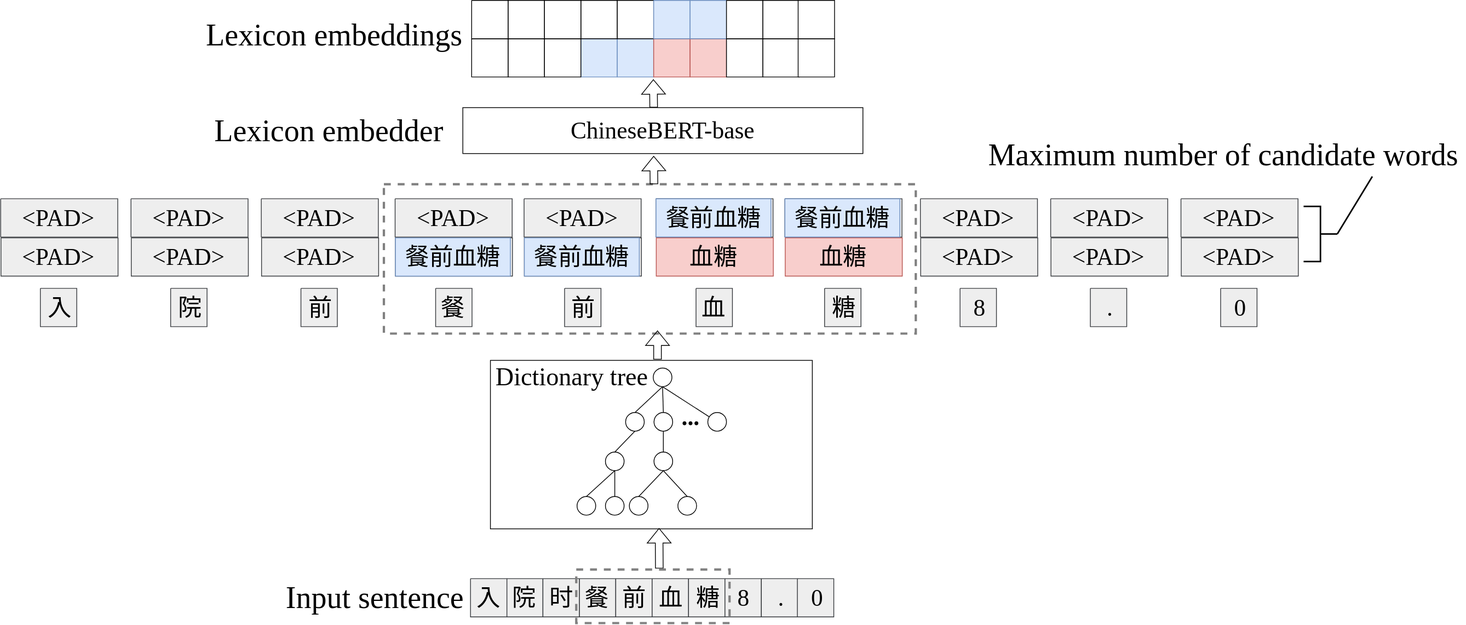
Before: lexicon_information_matcher.drawio.svg, a diagram exported from draw.io (JJackMoO/Jackert_draw). Source tidied: cells renumbered, new cells last; positions are measured from the earlier drawing's top-left corner, leaving out a move shared by most shapes.
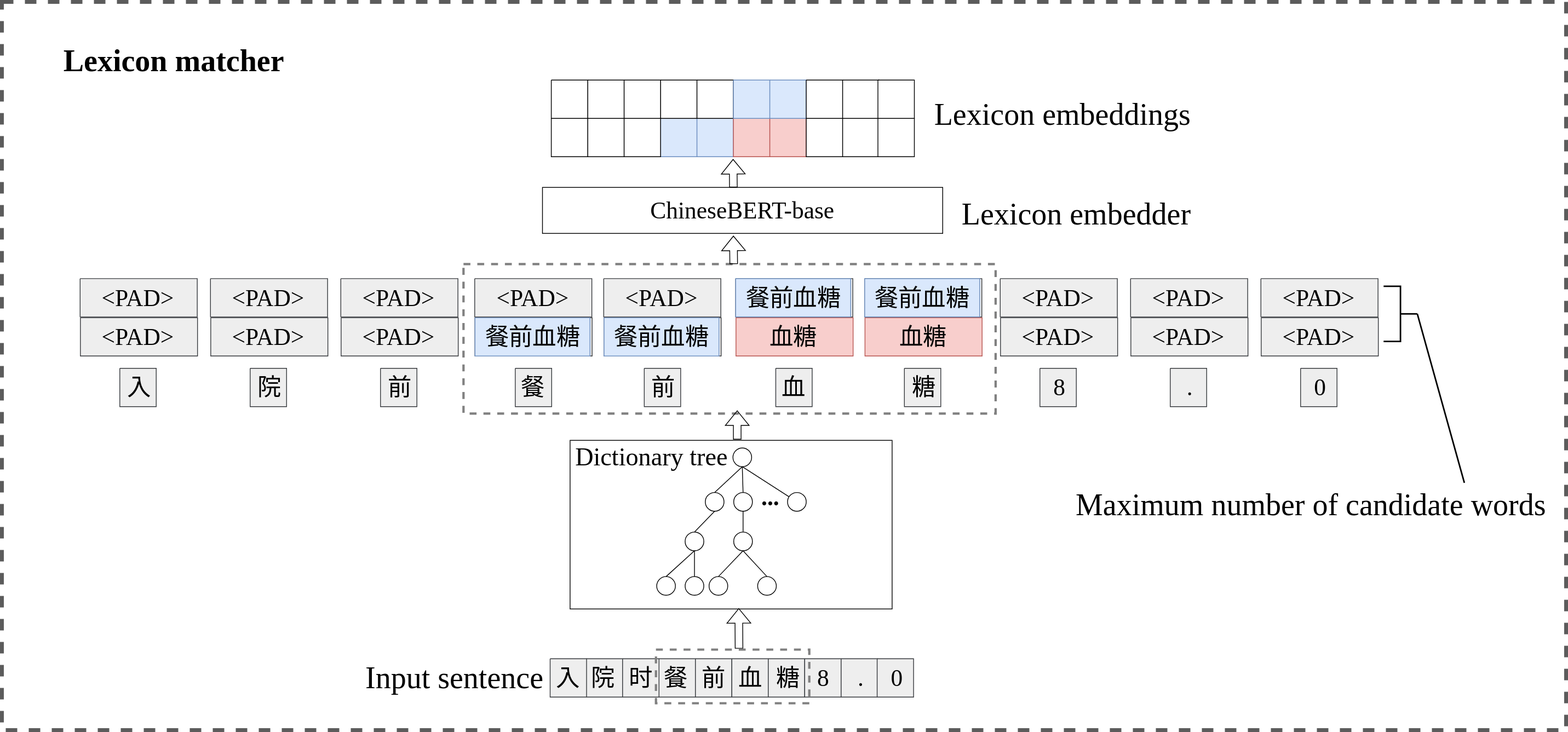
The same diagram one commit later.

Change to the diagram source:
```diff
@@ -2,6 +2,9 @@
   <root>
     <mxCell id="0" />
     <mxCell id="1" parent="0" />
+    <mxCell id="151" style="rounded=0;whiteSpace=wrap;html=1;fontFamily=Times New Roman;fontSize=33;fillColor=none;strokeWidth=5;fontColor=#333333;strokeColor=#5C5C5C;dashed=1;" parent="1" vertex="1">
+      <mxGeometry x="-102" y="-102" width="2040" height="950" as="geometry" />
+    </mxCell>
     <mxCell id="2" style="verticalLabelPosition=bottom;verticalAlign=top;html=1;shape=mxgraph.basic.rect;fillColor2=none;strokeWidth=3;size=20;indent=5;shadow=0;sketch=0;fillStyle=auto;fontFamily=Times New Roman;fontSize=27;fillColor=none;gradientDirection=north;dashed=1;fontColor=#333333;strokeColor=#808080;" parent="1" vertex="1">
       <mxGeometry x="500" y="240" width="694" height="195" as="geometry" />
     </mxCell>
@@ -243,16 +246,16 @@
       </mxGeometry>
     </mxCell>
     <mxCell id="78" value="&lt;font style=&quot;font-size: 40px;&quot;&gt;Lexicon embeddings&lt;/font&gt;" style="text;html=1;align=center;verticalAlign=middle;fillColor=none;strokeColor=none;rounded=0;fontFamily=Times New Roman;fontSize=31;" parent="1" vertex="1">
-      <mxGeometry x="260" y="20" width="350" height="50" as="geometry" />
+      <mxGeometry x="1106" y="20" width="350" height="50" as="geometry" />
     </mxCell>
-    <mxCell id="79" style="rounded=0;jettySize=auto;html=1;exitX=0;exitY=0.5;exitDx=0;exitDy=0;exitPerimeter=0;entryX=0.809;entryY=1.059;entryDx=0;entryDy=0;entryPerimeter=0;fontFamily=Times New Roman;fontSize=30;endArrow=none;endFill=0;strokeWidth=2;" parent="1" edge="1" source="80" target="81">
+    <mxCell id="79" style="rounded=0;jettySize=auto;html=1;exitX=0;exitY=0.5;exitDx=0;exitDy=0;exitPerimeter=0;fontFamily=Times New Roman;fontSize=30;endArrow=none;endFill=0;strokeWidth=2;entryX=0.818;entryY=-0.071;entryDx=0;entryDy=0;entryPerimeter=0;" parent="1" edge="1" source="80" target="81">
       <mxGeometry relative="1" as="geometry" />
     </mxCell>
     <mxCell id="80" style="strokeWidth=2;html=1;shape=mxgraph.flowchart.annotation_2;align=left;labelPosition=right;fontFamily=Times New Roman;fontSize=31;flipH=1;" parent="1" vertex="1">
       <mxGeometry x="1700" y="269" width="44" height="72" as="geometry" />
     </mxCell>
     <mxCell id="81" value="&lt;font style=&quot;font-size: 40px;&quot;&gt;Maximum number of candidate words&lt;/font&gt;" style="text;html=1;align=center;verticalAlign=middle;points=[];fillColor=none;strokeColor=none;rounded=0;fontFamily=Times New Roman;fontSize=31;" parent="1" vertex="1">
-      <mxGeometry x="1280" y="177" width="630" height="50" as="geometry" />
+      <mxGeometry x="1290" y="529" width="630" height="50" as="geometry" />
     </mxCell>
     <mxCell id="82" value="&lt;font style=&quot;font-size: 33px;&quot; face=&quot;Times New Roman&quot;&gt;Dictionary tree&lt;/font&gt;" style="text;html=1;align=center;verticalAlign=middle;fillColor=none;strokeColor=none;rounded=0;" parent="1" vertex="1">
       <mxGeometry x="640" y="477" width="210" height="30" as="geometry" />
@@ -459,7 +462,10 @@
       <mxGeometry x="614.5" width="47.5" height="50" as="geometry" />
     </mxCell>
     <mxCell id="150" value="&lt;font style=&quot;font-size: 40px;&quot;&gt;Lexicon embedder&lt;/font&gt;" style="text;html=1;align=center;verticalAlign=middle;fillColor=none;strokeColor=none;rounded=0;fontFamily=Times New Roman;fontSize=31;" parent="1" vertex="1">
-      <mxGeometry x="273" y="145" width="310" height="50" as="geometry" />
+      <mxGeometry x="1143.6" y="150" width="310" height="50" as="geometry" />
     </mxCell>
+    <mxCell id="152" value="&lt;font style=&quot;font-size: 40px;&quot;&gt;&lt;b&gt;Lexicon matcher&lt;/b&gt;&lt;/font&gt;" style="text;html=1;align=center;verticalAlign=middle;fillColor=none;strokeColor=none;rounded=0;fontFamily=Times New Roman;fontSize=31;" parent="1" vertex="1">
+      <mxGeometry x="-28.2" y="-50" width="300" height="50" as="geometry" />
+    </mxCell>
   </root>
 </mxGraphModel>
```
